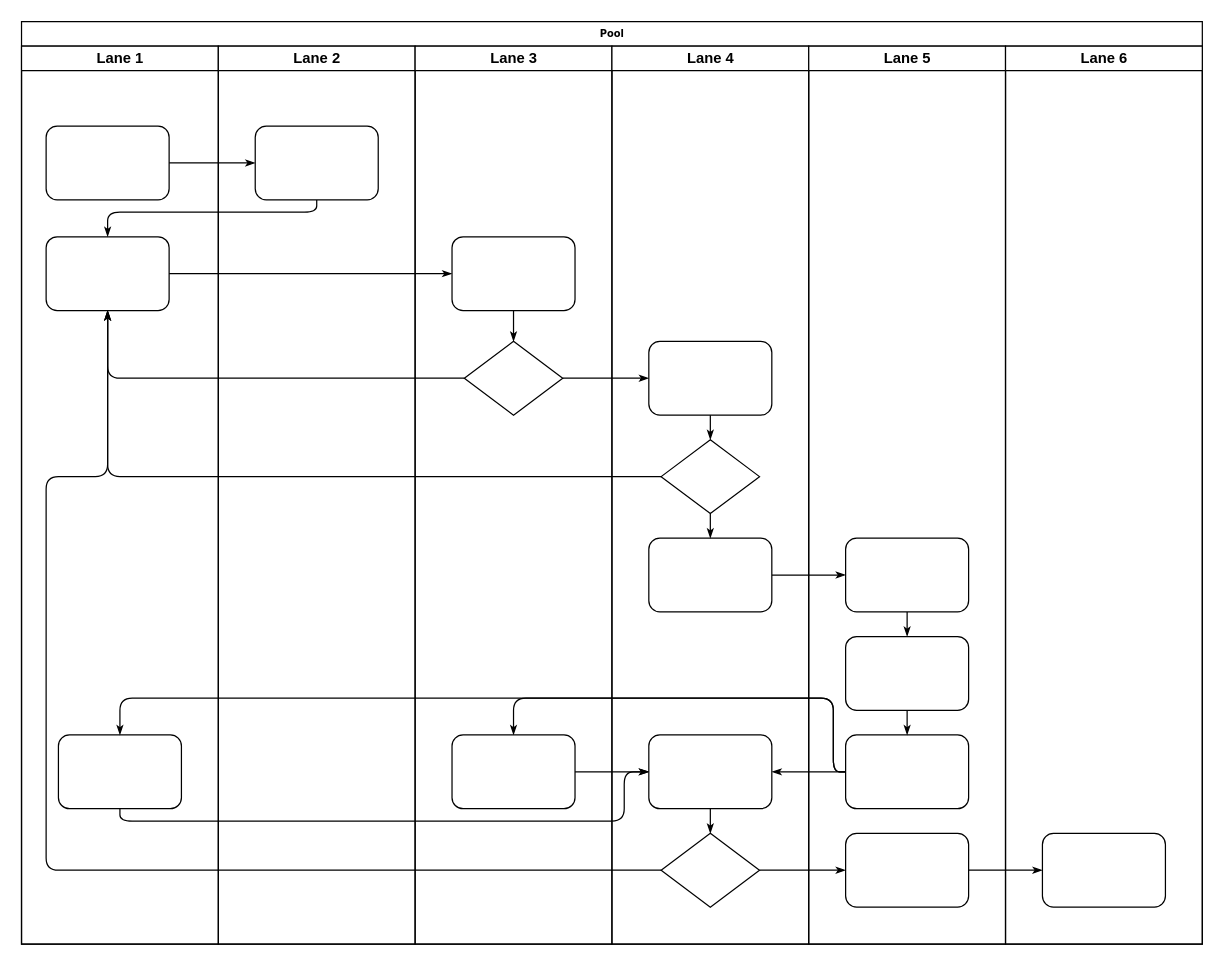
Above: zmdb-dataflow.drawio in WestdeutscherRundfunkKoeln/drawio_diagrams (draw.io), before the change. Source tidied: cells renumbered, new cells numbered last; positions are measured from the earlier drawing's top-left corner, leaving out a move shared by most shapes. Both pictures are drawn from the tidied source at 123%, with x=0, y=0 at pixel (21, 21).
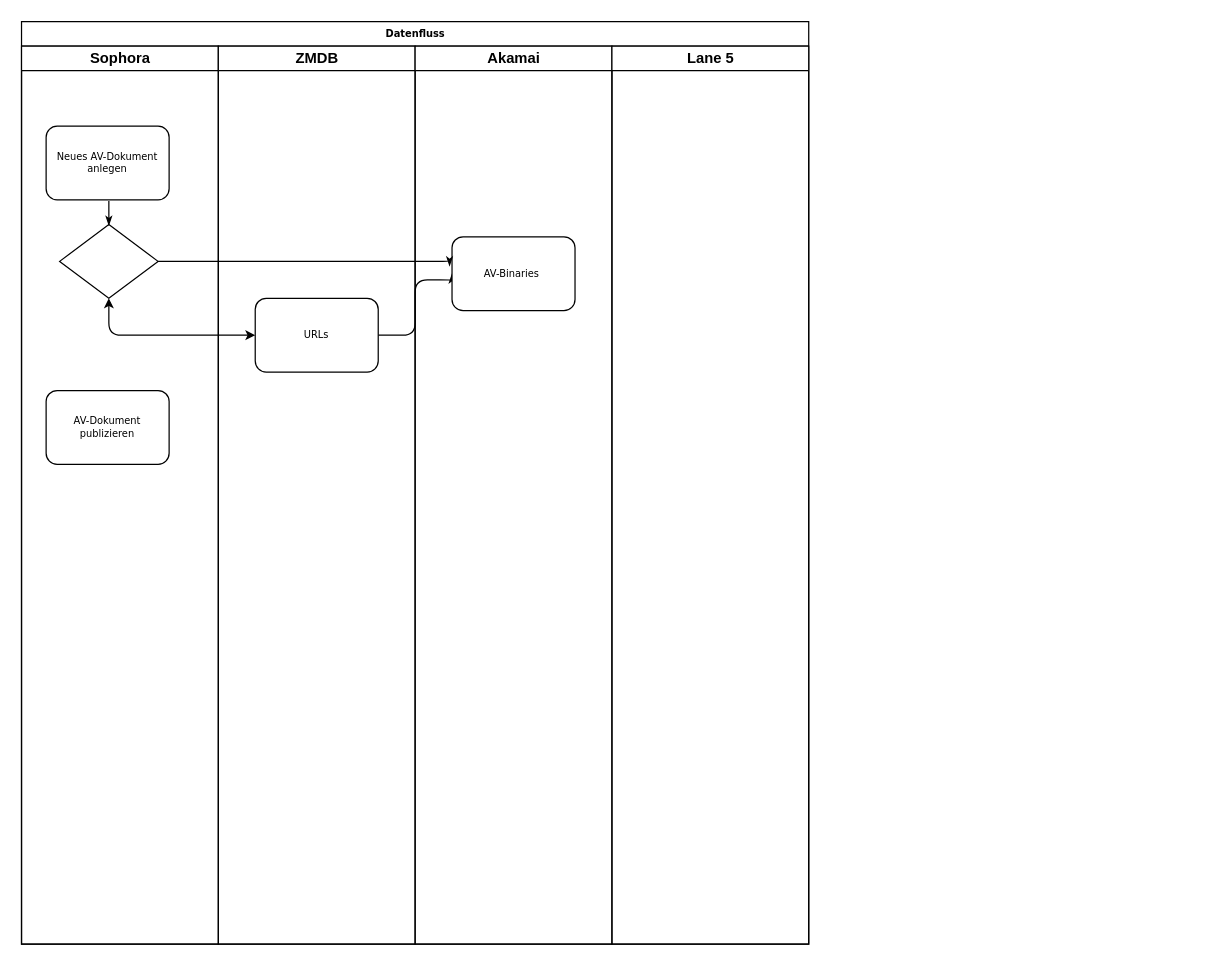
The same page after the edit.

Diff of the diagram source:
```diff
@@
-    <mxCell id="2" value="Pool" style="swimlane;html=1;startSize=20;rounded=0;shadow=0;labelBackgroundColor=none;strokeWidth=1;fontFamily=Verdana;fontSize=8;align=center;" parent="1" vertex="1">
-      <mxGeometry width="960" height="750" as="geometry" />
+    <mxCell id="2" value="Datenfluss" style="swimlane;html=1;startSize=20;rounded=0;shadow=0;labelBackgroundColor=none;strokeWidth=1;fontFamily=Verdana;fontSize=8;align=center;" parent="1" vertex="1">
+      <mxGeometry width="640" height="750" as="geometry" />
     </mxCell>
-    <mxCell id="3" value="Lane 1" style="swimlane;html=1;startSize=20;" parent="2" vertex="1">
+    <mxCell id="3" value="Sophora" style="swimlane;html=1;startSize=20;" parent="2" vertex="1">
       <mxGeometry y="20" width="160" height="730" as="geometry" />
     </mxCell>
-    <mxCell id="4" style="rounded=1;whiteSpace=wrap;html=1;shadow=0;labelBackgroundColor=none;strokeWidth=1;fontFamily=Verdana;fontSize=8;align=center;" parent="3" vertex="1">
+    <mxCell id="4" value="Neues AV-Dokument anlegen" style="rounded=1;whiteSpace=wrap;html=1;shadow=0;labelBackgroundColor=none;strokeWidth=1;fontFamily=Verdana;fontSize=8;align=center;" parent="3" vertex="1">
       <mxGeometry x="20" y="65" width="100" height="60" as="geometry" />
     </mxCell>
-    <mxCell id="5" style="rounded=1;whiteSpace=wrap;html=1;shadow=0;labelBackgroundColor=none;strokeWidth=1;fontFamily=Verdana;fontSize=8;align=center;" parent="3" vertex="1">
-      <mxGeometry x="20" y="155" width="100" height="60" as="geometry" />
+    <mxCell id="5" value="AV-Dokument publizieren" style="rounded=1;whiteSpace=wrap;html=1;shadow=0;labelBackgroundColor=none;strokeWidth=1;fontFamily=Verdana;fontSize=8;align=center;" parent="3" vertex="1">
+      <mxGeometry x="20" y="280" width="100" height="60" as="geometry" />
     </mxCell>
-    <mxCell id="6" style="rounded=1;whiteSpace=wrap;html=1;shadow=0;labelBackgroundColor=none;strokeWidth=1;fontFamily=Verdana;fontSize=8;align=center;" parent="3" vertex="1">
-      <mxGeometry x="30" y="560" width="100" height="60" as="geometry" />
-    </mxCell>
+    <mxCell id="47" style="rhombus;whiteSpace=wrap;html=1;rounded=0;shadow=0;labelBackgroundColor=none;strokeWidth=1;fontFamily=Verdana;fontSize=8;align=center;" parent="3" vertex="1">
+      <mxGeometry x="31" y="145" width="80" height="60" as="geometry" />
+    </mxCell>
-    <mxCell id="7" style="edgeStyle=orthogonalEdgeStyle;rounded=1;html=1;labelBackgroundColor=none;startArrow=none;startFill=0;startSize=5;endArrow=classicThin;endFill=1;endSize=5;jettySize=auto;strokeWidth=1;fontFamily=Verdana;fontSize=8;" parent="2" edge="1" source="4" target="23">
+    <mxCell id="7" style="edgeStyle=orthogonalEdgeStyle;rounded=1;html=1;labelBackgroundColor=none;startArrow=classic;startFill=1;startSize=5;endArrow=classic;endFill=1;endSize=5;jettySize=auto;strokeWidth=1;fontFamily=Verdana;fontSize=8;exitX=0.5;exitY=1;exitDx=0;exitDy=0;" parent="2" edge="1" source="47" target="23">
       <mxGeometry relative="1" as="geometry" />
     </mxCell>
-    <mxCell id="8" style="edgeStyle=orthogonalEdgeStyle;rounded=1;html=1;labelBackgroundColor=none;startArrow=none;startFill=0;startSize=5;endArrow=classicThin;endFill=1;endSize=5;jettySize=auto;strokeWidth=1;fontFamily=Verdana;fontSize=8;" parent="2" edge="1" source="23" target="5">
-      <mxGeometry relative="1" as="geometry">
-        <Array as="points">
-          <mxPoint x="240" y="155" />
-          <mxPoint x="70" y="155" />
-        </Array>
-      </mxGeometry>
-    </mxCell>
-    <mxCell id="9" style="edgeStyle=orthogonalEdgeStyle;rounded=1;html=1;labelBackgroundColor=none;startArrow=none;startFill=0;startSize=5;endArrow=classicThin;endFill=1;endSize=5;jettySize=auto;strokeWidth=1;fontFamily=Verdana;fontSize=8;" parent="2" edge="1" source="5" target="25">
-      <mxGeometry relative="1" as="geometry" />
+    <mxCell id="9" style="edgeStyle=orthogonalEdgeStyle;rounded=1;html=1;labelBackgroundColor=none;startArrow=none;startFill=0;startSize=5;endArrow=classicThin;endFill=1;endSize=5;jettySize=auto;strokeWidth=1;fontFamily=Verdana;fontSize=8;exitX=1;exitY=0.5;exitDx=0;exitDy=0;entryX=0;entryY=0.5;entryDx=0;entryDy=0;" parent="2" edge="1" source="23" target="25">
+      <mxGeometry relative="1" as="geometry">
+        <Array as="points">
+          <mxPoint x="320" y="255" />
+          <mxPoint x="320" y="210" />
+          <mxPoint x="350" y="210" />
+        </Array>
+      </mxGeometry>
     </mxCell>
-    <mxCell id="10" style="edgeStyle=orthogonalEdgeStyle;rounded=1;html=1;labelBackgroundColor=none;startArrow=none;startFill=0;startSize=5;endArrow=classicThin;endFill=1;endSize=5;jettySize=auto;strokeWidth=1;fontFamily=Verdana;fontSize=8;" parent="2" edge="1" source="26" target="5">
-      <mxGeometry relative="1" as="geometry" />
-    </mxCell>
-    <mxCell id="11" style="edgeStyle=orthogonalEdgeStyle;rounded=1;html=1;labelBackgroundColor=none;startArrow=none;startFill=0;startSize=5;endArrow=classicThin;endFill=1;endSize=5;jettySize=auto;strokeWidth=1;fontFamily=Verdana;fontSize=8;" parent="2" edge="1" source="31" target="5">
-      <mxGeometry relative="1" as="geometry" />
-    </mxCell>
-    <mxCell id="12" style="edgeStyle=orthogonalEdgeStyle;rounded=1;html=1;labelBackgroundColor=none;startArrow=none;startFill=0;startSize=5;endArrow=classicThin;endFill=1;endSize=5;jettySize=auto;strokeWidth=1;fontFamily=Verdana;fontSize=8;" parent="2" edge="1" source="34" target="5">
-      <mxGeometry relative="1" as="geometry">
-        <Array as="points">
-          <mxPoint x="20" y="690" />
-          <mxPoint x="20" y="370" />
-          <mxPoint x="70" y="370" />
-        </Array>
-      </mxGeometry>
-    </mxCell>
-    <mxCell id="13" style="edgeStyle=orthogonalEdgeStyle;rounded=1;html=1;labelBackgroundColor=none;startArrow=none;startFill=0;startSize=5;endArrow=classicThin;endFill=1;endSize=5;jettySize=auto;strokeWidth=1;fontFamily=Verdana;fontSize=8;" parent="2" edge="1" source="26" target="30">
-      <mxGeometry relative="1" as="geometry" />
-    </mxCell>
-    <mxCell id="14" style="edgeStyle=orthogonalEdgeStyle;rounded=1;html=1;labelBackgroundColor=none;startArrow=none;startFill=0;startSize=5;endArrow=classicThin;endFill=1;endSize=5;jettySize=auto;strokeWidth=1;fontFamily=Verdana;fontSize=8;" parent="2" edge="1" source="34" target="42">
-      <mxGeometry relative="1" as="geometry" />
-    </mxCell>
-    <mxCell id="15" style="edgeStyle=orthogonalEdgeStyle;rounded=1;html=1;labelBackgroundColor=none;startArrow=none;startFill=0;startSize=5;endArrow=classicThin;endFill=1;endSize=5;jettySize=auto;strokeWidth=1;fontFamily=Verdana;fontSize=8;" parent="2" edge="1" source="42" target="46">
-      <mxGeometry relative="1" as="geometry" />
-    </mxCell>
-    <mxCell id="16" style="edgeStyle=orthogonalEdgeStyle;rounded=1;html=1;labelBackgroundColor=none;startArrow=none;startFill=0;startSize=5;endArrow=classicThin;endFill=1;endSize=5;jettySize=auto;strokeWidth=1;fontFamily=Verdana;fontSize=8;" parent="2" edge="1" source="32" target="39">
-      <mxGeometry relative="1" as="geometry" />
-    </mxCell>
-    <mxCell id="17" style="edgeStyle=orthogonalEdgeStyle;rounded=1;html=1;labelBackgroundColor=none;startArrow=none;startFill=0;startSize=5;endArrow=classicThin;endFill=1;endSize=5;jettySize=auto;strokeWidth=1;fontFamily=Verdana;fontSize=8;" parent="2" edge="1" source="41" target="27">
-      <mxGeometry relative="1" as="geometry">
-        <Array as="points">
-          <mxPoint x="660" y="610" />
-          <mxPoint x="660" y="550" />
-          <mxPoint x="400" y="550" />
-        </Array>
-      </mxGeometry>
-    </mxCell>
-    <mxCell id="18" style="edgeStyle=orthogonalEdgeStyle;rounded=1;html=1;labelBackgroundColor=none;startArrow=none;startFill=0;startSize=5;endArrow=classicThin;endFill=1;endSize=5;jettySize=auto;strokeColor=#000000;strokeWidth=1;fontFamily=Verdana;fontSize=8;fontColor=#000000;" parent="2" edge="1" source="41" target="33">
-      <mxGeometry relative="1" as="geometry" />
-    </mxCell>
-    <mxCell id="19" style="edgeStyle=orthogonalEdgeStyle;rounded=1;html=1;labelBackgroundColor=none;startArrow=none;startFill=0;startSize=5;endArrow=classicThin;endFill=1;endSize=5;jettySize=auto;strokeWidth=1;fontFamily=Verdana;fontSize=8;" parent="2" edge="1" source="41" target="6">
-      <mxGeometry relative="1" as="geometry">
-        <Array as="points">
-          <mxPoint x="660" y="610" />
-          <mxPoint x="660" y="550" />
-          <mxPoint x="80" y="550" />
-        </Array>
-      </mxGeometry>
-    </mxCell>
-    <mxCell id="20" style="edgeStyle=orthogonalEdgeStyle;rounded=1;html=1;labelBackgroundColor=none;startArrow=none;startFill=0;startSize=5;endArrow=classicThin;endFill=1;endSize=5;jettySize=auto;strokeWidth=1;fontFamily=Verdana;fontSize=8;" parent="2" edge="1" source="6" target="33">
-      <mxGeometry relative="1" as="geometry">
-        <Array as="points">
-          <mxPoint x="80" y="650" />
-          <mxPoint x="490" y="650" />
-          <mxPoint x="490" y="610" />
-        </Array>
-      </mxGeometry>
-    </mxCell>
-    <mxCell id="21" style="edgeStyle=orthogonalEdgeStyle;rounded=1;html=1;labelBackgroundColor=none;startArrow=none;startFill=0;startSize=5;endArrow=classicThin;endFill=1;endSize=5;jettySize=auto;strokeWidth=1;fontFamily=Verdana;fontSize=8;" parent="2" edge="1" source="27" target="33">
-      <mxGeometry relative="1" as="geometry" />
-    </mxCell>
-    <mxCell id="22" value="Lane 2" style="swimlane;html=1;startSize=20;" parent="2" vertex="1">
+    <mxCell id="22" value="ZMDB" style="swimlane;html=1;startSize=20;" parent="2" vertex="1">
       <mxGeometry x="160" y="20" width="160" height="730" as="geometry" />
     </mxCell>
-    <mxCell id="23" style="rounded=1;whiteSpace=wrap;html=1;shadow=0;labelBackgroundColor=none;strokeWidth=1;fontFamily=Verdana;fontSize=8;align=center;" parent="22" vertex="1">
-      <mxGeometry x="30" y="65" width="100" height="60" as="geometry" />
+    <mxCell id="23" value="URLs" style="rounded=1;whiteSpace=wrap;html=1;shadow=0;labelBackgroundColor=none;strokeWidth=1;fontFamily=Verdana;fontSize=8;align=center;" parent="22" vertex="1">
+      <mxGeometry x="30" y="205" width="100" height="60" as="geometry" />
     </mxCell>
-    <mxCell id="24" value="Lane 3" style="swimlane;html=1;startSize=20;" parent="2" vertex="1">
+    <mxCell id="24" value="Akamai" style="swimlane;html=1;startSize=20;" parent="2" vertex="1">
       <mxGeometry x="320" y="20" width="160" height="730" as="geometry" />
     </mxCell>
-    <mxCell id="25" style="rounded=1;whiteSpace=wrap;html=1;shadow=0;labelBackgroundColor=none;strokeWidth=1;fontFamily=Verdana;fontSize=8;align=center;" parent="24" vertex="1">
+    <mxCell id="25" value="AV-Binaries&amp;nbsp;" style="rounded=1;whiteSpace=wrap;html=1;shadow=0;labelBackgroundColor=none;strokeWidth=1;fontFamily=Verdana;fontSize=8;align=center;" parent="24" vertex="1">
       <mxGeometry x="30" y="155" width="100" height="60" as="geometry" />
     </mxCell>
-    <mxCell id="26" style="rhombus;whiteSpace=wrap;html=1;rounded=0;shadow=0;labelBackgroundColor=none;strokeWidth=1;fontFamily=Verdana;fontSize=8;align=center;" parent="24" vertex="1">
-      <mxGeometry x="40" y="240" width="80" height="60" as="geometry" />
-    </mxCell>
-    <mxCell id="27" style="rounded=1;whiteSpace=wrap;html=1;shadow=0;labelBackgroundColor=none;strokeWidth=1;fontFamily=Verdana;fontSize=8;align=center;" parent="24" vertex="1">
-      <mxGeometry x="30" y="560" width="100" height="60" as="geometry" />
-    </mxCell>
-    <mxCell id="28" style="edgeStyle=orthogonalEdgeStyle;rounded=1;html=1;labelBackgroundColor=none;startArrow=none;startFill=0;startSize=5;endArrow=classicThin;endFill=1;endSize=5;jettySize=auto;strokeWidth=1;fontFamily=Verdana;fontSize=8;" parent="24" edge="1" source="25" target="26">
-      <mxGeometry relative="1" as="geometry" />
-    </mxCell>
-    <mxCell id="29" value="Lane 4" style="swimlane;html=1;startSize=20;" parent="2" vertex="1">
-      <mxGeometry x="480" y="20" width="160" height="730" as="geometry" />
-    </mxCell>
-    <mxCell id="30" style="rounded=1;whiteSpace=wrap;html=1;shadow=0;labelBackgroundColor=none;strokeWidth=1;fontFamily=Verdana;fontSize=8;align=center;" parent="29" vertex="1">
-      <mxGeometry x="30" y="240" width="100" height="60" as="geometry" />
-    </mxCell>
-    <mxCell id="31" style="rhombus;whiteSpace=wrap;html=1;rounded=0;shadow=0;labelBackgroundColor=none;strokeWidth=1;fontFamily=Verdana;fontSize=8;align=center;" parent="29" vertex="1">
-      <mxGeometry x="40" y="320" width="80" height="60" as="geometry" />
-    </mxCell>
-    <mxCell id="32" style="rounded=1;whiteSpace=wrap;html=1;shadow=0;labelBackgroundColor=none;strokeWidth=1;fontFamily=Verdana;fontSize=8;align=center;" parent="29" vertex="1">
-      <mxGeometry x="30" y="400" width="100" height="60" as="geometry" />
-    </mxCell>
-    <mxCell id="33" style="rounded=1;whiteSpace=wrap;html=1;shadow=0;labelBackgroundColor=none;strokeWidth=1;fontFamily=Verdana;fontSize=8;align=center;" parent="29" vertex="1">
-      <mxGeometry x="30" y="560" width="100" height="60" as="geometry" />
-    </mxCell>
-    <mxCell id="34" style="rhombus;whiteSpace=wrap;html=1;rounded=0;shadow=0;labelBackgroundColor=none;strokeWidth=1;fontFamily=Verdana;fontSize=8;align=center;" parent="29" vertex="1">
-      <mxGeometry x="40" y="640" width="80" height="60" as="geometry" />
-    </mxCell>
-    <mxCell id="35" style="edgeStyle=orthogonalEdgeStyle;rounded=1;html=1;labelBackgroundColor=none;startArrow=none;startFill=0;startSize=5;endArrow=classicThin;endFill=1;endSize=5;jettySize=auto;strokeColor=#000000;strokeWidth=1;fontFamily=Verdana;fontSize=8;fontColor=#000000;" parent="29" edge="1" source="30" target="31">
-      <mxGeometry relative="1" as="geometry" />
-    </mxCell>
-    <mxCell id="36" style="edgeStyle=orthogonalEdgeStyle;rounded=1;html=1;labelBackgroundColor=none;startArrow=none;startFill=0;startSize=5;endArrow=classicThin;endFill=1;endSize=5;jettySize=auto;strokeWidth=1;fontFamily=Verdana;fontSize=8;" parent="29" edge="1" source="31" target="32">
-      <mxGeometry relative="1" as="geometry" />
-    </mxCell>
-    <mxCell id="37" style="edgeStyle=orthogonalEdgeStyle;rounded=1;html=1;labelBackgroundColor=none;startArrow=none;startFill=0;startSize=5;endArrow=classicThin;endFill=1;endSize=5;jettySize=auto;strokeWidth=1;fontFamily=Verdana;fontSize=8;" parent="29" edge="1" source="33" target="34">
-      <mxGeometry relative="1" as="geometry" />
-    </mxCell>
     <mxCell id="38" value="Lane 5" style="swimlane;html=1;startSize=20;" parent="2" vertex="1">
-      <mxGeometry x="640" y="20" width="160" height="730" as="geometry" />
+      <mxGeometry x="480" y="20" width="160" height="730" as="geometry" />
     </mxCell>
-    <mxCell id="39" style="rounded=1;whiteSpace=wrap;html=1;shadow=0;labelBackgroundColor=none;strokeWidth=1;fontFamily=Verdana;fontSize=8;align=center;" parent="38" vertex="1">
-      <mxGeometry x="30" y="400" width="100" height="60" as="geometry" />
-    </mxCell>
-    <mxCell id="40" style="rounded=1;whiteSpace=wrap;html=1;shadow=0;labelBackgroundColor=none;strokeWidth=1;fontFamily=Verdana;fontSize=8;align=center;" parent="38" vertex="1">
-      <mxGeometry x="30" y="480" width="100" height="60" as="geometry" />
-    </mxCell>
-    <mxCell id="41" style="rounded=1;whiteSpace=wrap;html=1;shadow=0;labelBackgroundColor=none;strokeWidth=1;fontFamily=Verdana;fontSize=8;align=center;" parent="38" vertex="1">
-      <mxGeometry x="30" y="560" width="100" height="60" as="geometry" />
-    </mxCell>
-    <mxCell id="42" style="rounded=1;whiteSpace=wrap;html=1;shadow=0;labelBackgroundColor=none;strokeWidth=1;fontFamily=Verdana;fontSize=8;align=center;" parent="38" vertex="1">
-      <mxGeometry x="30" y="640" width="100" height="60" as="geometry" />
-    </mxCell>
-    <mxCell id="43" style="edgeStyle=orthogonalEdgeStyle;rounded=1;html=1;labelBackgroundColor=none;startArrow=none;startFill=0;startSize=5;endArrow=classicThin;endFill=1;endSize=5;jettySize=auto;strokeWidth=1;fontFamily=Verdana;fontSize=8;" parent="38" edge="1" source="39" target="40">
-      <mxGeometry relative="1" as="geometry" />
-    </mxCell>
-    <mxCell id="44" style="edgeStyle=orthogonalEdgeStyle;rounded=1;html=1;labelBackgroundColor=none;startArrow=none;startFill=0;startSize=5;endArrow=classicThin;endFill=1;endSize=5;jettySize=auto;strokeWidth=1;fontFamily=Verdana;fontSize=8;" parent="38" edge="1" source="40" target="41">
-      <mxGeometry relative="1" as="geometry" />
-    </mxCell>
-    <mxCell id="45" value="Lane 6" style="swimlane;html=1;startSize=20;" parent="2" vertex="1">
-      <mxGeometry x="800" y="20" width="160" height="730" as="geometry" />
-    </mxCell>
-    <mxCell id="46" style="rounded=1;whiteSpace=wrap;html=1;shadow=0;labelBackgroundColor=none;strokeWidth=1;fontFamily=Verdana;fontSize=8;align=center;" parent="45" vertex="1">
-      <mxGeometry x="30" y="640" width="100" height="60" as="geometry" />
-    </mxCell>
+    <mxCell id="48" style="edgeStyle=orthogonalEdgeStyle;rounded=1;html=1;labelBackgroundColor=none;startArrow=none;startFill=0;startSize=5;endArrow=classicThin;endFill=1;endSize=5;jettySize=auto;strokeWidth=1;fontFamily=Verdana;fontSize=8;exitX=1;exitY=0.5;exitDx=0;exitDy=0;entryX=-0.02;entryY=0.4;entryDx=0;entryDy=0;entryPerimeter=0;" parent="2" edge="1" source="47" target="25">
+      <mxGeometry relative="1" as="geometry">
+        <Array as="points">
+          <mxPoint x="348" y="195" />
+        </Array>
+      </mxGeometry>
+    </mxCell>
+    <mxCell id="49" style="edgeStyle=orthogonalEdgeStyle;rounded=1;html=1;labelBackgroundColor=none;startArrow=none;startFill=0;startSize=5;endArrow=classicThin;endFill=1;endSize=5;jettySize=auto;orthogonalLoop=1;strokeColor=#000000;strokeWidth=1;fontFamily=Verdana;fontSize=8;fontColor=#000000;" parent="1" edge="1">
+      <mxGeometry relative="1" as="geometry">
+        <mxPoint x="71" y="146" as="sourcePoint" />
+        <mxPoint x="71" y="166" as="targetPoint" />
+      </mxGeometry>
+    </mxCell>
```
